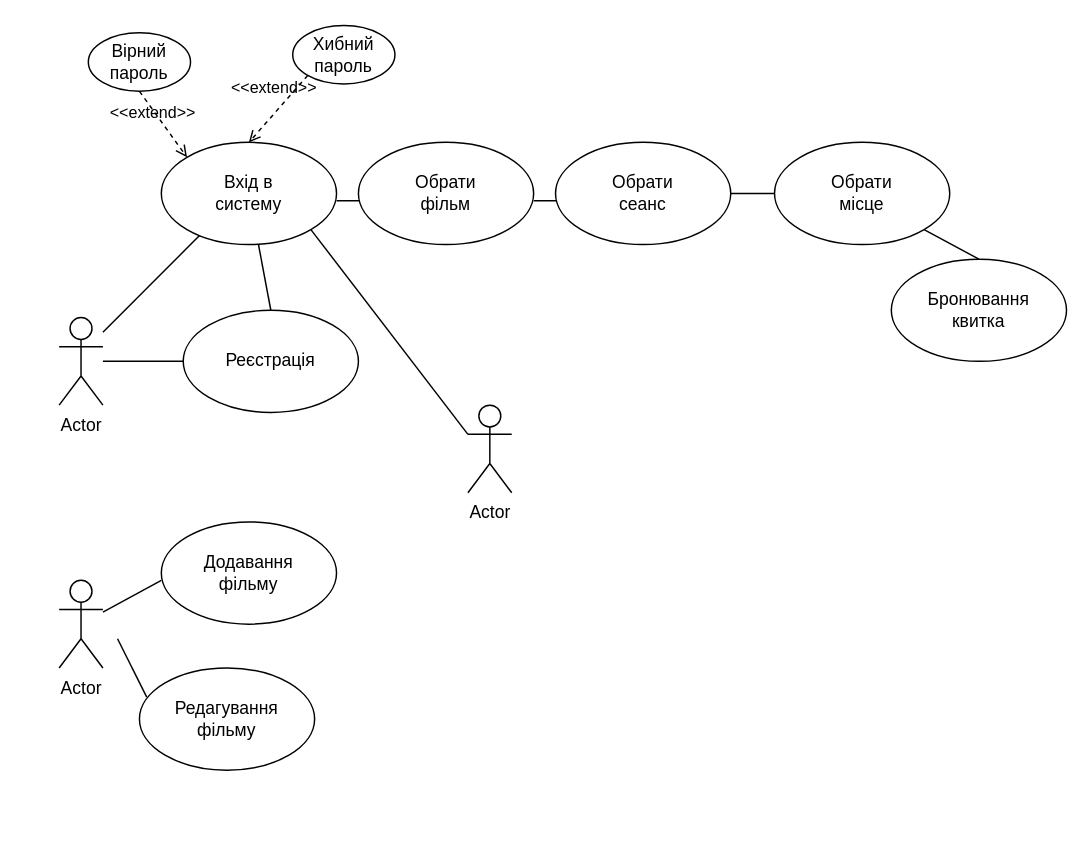
Before: Діаграма без назви.drawio in chirikkikik/cinema, a draw.io diagram. Source tidied: cells renumbered, new cells numbered last; positions are measured from the earlier drawing's top-left corner, leaving out a move shared by most shapes. Both pictures are drawn from the tidied source at 146%, with x=0, y=0 at pixel (58, 25).
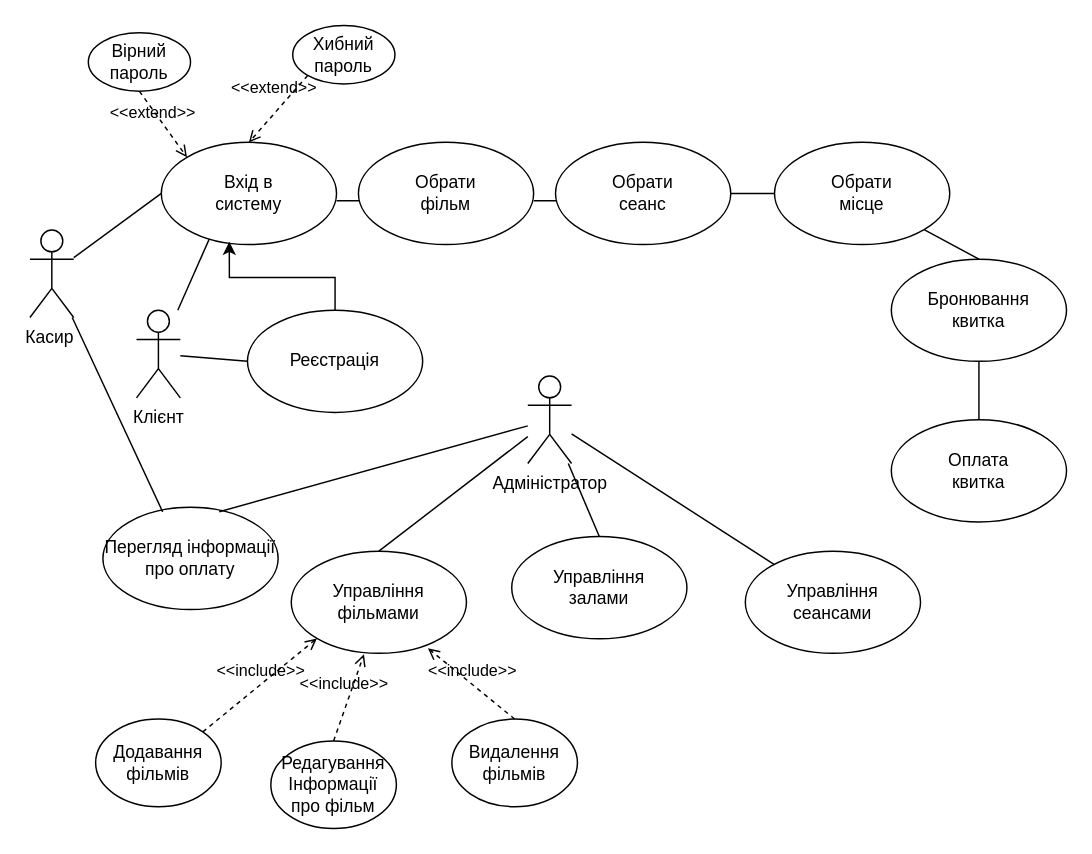
The same diagram, later.

Commit message:
Оновлення Use-Case діаграми

Unchanged cells that the change refers to:
```xml
<mxCell id="4" style="ellipse;whiteSpace=wrap;html=1;" parent="1" vertex="1">
  <mxGeometry x="70" y="80" width="120" height="70" as="geometry" />
</mxCell>
<mxCell id="26" style="ellipse;whiteSpace=wrap;html=1;" parent="1" vertex="1">
  <mxGeometry x="570" y="160" width="120" height="70" as="geometry" />
</mxCell>
```

The edit, as a diff of the source:
```diff
@@
-    <mxCell id="2" value="Actor" style="shape=umlActor;verticalLabelPosition=bottom;verticalAlign=top;html=1;outlineConnect=0;" parent="1" vertex="1">
-      <mxGeometry y="200" width="30" height="60" as="geometry" />
+    <mxCell id="2" value="Клієнт" style="shape=umlActor;verticalLabelPosition=bottom;verticalAlign=top;html=1;outlineConnect=0;" parent="1" vertex="1">
+      <mxGeometry x="53" y="195" width="30" height="60" as="geometry" />
     </mxCell>
-    <mxCell id="3" style="endArrow=none;html=1;rounded=0;" parent="1" edge="1">
+    <mxCell id="3" style="endArrow=none;html=1;rounded=0;" parent="1" edge="1" source="2">
       <mxGeometry relative="1" as="geometry">
-        <mxPoint x="30" y="210" as="sourcePoint" />
         <mxPoint x="110" y="130" as="targetPoint" />
       </mxGeometry>
     </mxCell>
@@
     <mxCell id="19" style="ellipse;whiteSpace=wrap;html=1;" parent="1" vertex="1">
-      <mxGeometry x="85" y="195" width="120" height="70" as="geometry" />
+      <mxGeometry x="129" y="195" width="120" height="70" as="geometry" />
     </mxCell>
     <mxCell id="20" value="Реєстрація" style="text;html=1;align=center;verticalAlign=middle;whiteSpace=wrap;rounded=0;" parent="1" vertex="1">
-      <mxGeometry x="115" y="215" width="60" height="30" as="geometry" />
+      <mxGeometry x="159" y="215" width="60" height="30" as="geometry" />
     </mxCell>
-    <mxCell id="21" style="endArrow=none;html=1;rounded=0;exitX=0.5;exitY=0;exitDx=0;exitDy=0;" parent="1" edge="1" source="19" target="4">
-      <mxGeometry relative="1" as="geometry" />
-    </mxCell>
@@
-    <mxCell id="28" value="Actor" style="shape=umlActor;verticalLabelPosition=bottom;verticalAlign=top;html=1;outlineConnect=0;" parent="1" vertex="1">
-      <mxGeometry y="380" width="30" height="60" as="geometry" />
+    <mxCell id="28" value="Адміністратор" style="shape=umlActor;verticalLabelPosition=bottom;verticalAlign=top;html=1;outlineConnect=0;" parent="1" vertex="1">
+      <mxGeometry x="321" y="240" width="30" height="60" as="geometry" />
     </mxCell>
-    <mxCell id="29" style="endArrow=none;html=1;rounded=0;" parent="1" edge="1" source="28">
-      <mxGeometry relative="1" as="geometry">
-        <mxPoint x="70" y="380" as="targetPoint" />
-      </mxGeometry>
-    </mxCell>
     <mxCell id="30" style="ellipse;whiteSpace=wrap;html=1;" parent="1" vertex="1">
-      <mxGeometry x="70" y="340" width="120" height="70" as="geometry" />
+      <mxGeometry x="159" y="360" width="120" height="70" as="geometry" />
     </mxCell>
-    <mxCell id="31" value="Додавання фільму" style="text;html=1;align=center;verticalAlign=middle;whiteSpace=wrap;rounded=0;" parent="1" vertex="1">
-      <mxGeometry x="100" y="360" width="60" height="30" as="geometry" />
+    <mxCell id="31" value="Управління фільмами" style="text;html=1;align=center;verticalAlign=middle;whiteSpace=wrap;rounded=0;" parent="1" vertex="1">
+      <mxGeometry x="189" y="380" width="60" height="30" as="geometry" />
     </mxCell>
-    <mxCell id="32" style="endArrow=none;html=1;rounded=0;" parent="1" edge="1">
-      <mxGeometry relative="1" as="geometry">
-        <mxPoint x="40" y="420" as="sourcePoint" />
-        <mxPoint x="60" y="460" as="targetPoint" />
-      </mxGeometry>
-    </mxCell>
-    <mxCell id="33" style="ellipse;whiteSpace=wrap;html=1;" parent="1" vertex="1">
-      <mxGeometry x="55" y="440" width="120" height="70" as="geometry" />
-    </mxCell>
-    <mxCell id="34" value="Редагування фільму" style="text;html=1;align=center;verticalAlign=middle;whiteSpace=wrap;rounded=0;" parent="1" vertex="1">
-      <mxGeometry x="85" y="460" width="60" height="30" as="geometry" />
-    </mxCell>
-    <mxCell id="35" value="Actor" style="shape=umlActor;verticalLabelPosition=bottom;verticalAlign=top;html=1;outlineConnect=0;" parent="1" vertex="1">
-      <mxGeometry x="280" y="260" width="30" height="60" as="geometry" />
+    <mxCell id="35" value="Касир&amp;nbsp;" style="shape=umlActor;verticalLabelPosition=bottom;verticalAlign=top;html=1;outlineConnect=0;" parent="1" vertex="1">
+      <mxGeometry x="-20" y="140" width="30" height="60" as="geometry" />
     </mxCell>
-    <mxCell id="36" style="endArrow=none;html=1;rounded=0;entryX=1;entryY=1;entryDx=0;entryDy=0;exitX=0;exitY=0.3333333333333333;exitDx=0;exitDy=0;exitPerimeter=0;" parent="1" edge="1" source="35" target="4">
+    <mxCell id="36" style="endArrow=none;html=1;rounded=0;entryX=0;entryY=0.5;entryDx=0;entryDy=0;" parent="1" edge="1" source="35" target="4">
       <mxGeometry relative="1" as="geometry" />
     </mxCell>
+    <mxCell id="37" style="endArrow=none;html=1;rounded=0;entryX=0.5;entryY=1;entryDx=0;entryDy=0;" parent="1" edge="1" target="26">
+      <mxGeometry relative="1" as="geometry">
+        <mxPoint x="630" y="270" as="sourcePoint" />
+      </mxGeometry>
+    </mxCell>
+    <mxCell id="38" style="ellipse;whiteSpace=wrap;html=1;" parent="1" vertex="1">
+      <mxGeometry x="570" y="270" width="120" height="70" as="geometry" />
+    </mxCell>
+    <mxCell id="39" value="Оплата квитка" style="text;html=1;align=center;verticalAlign=middle;whiteSpace=wrap;rounded=0;" parent="1" vertex="1">
+      <mxGeometry x="600" y="290" width="60" height="30" as="geometry" />
+    </mxCell>
+    <mxCell id="40" style="ellipse;whiteSpace=wrap;html=1;" parent="1" vertex="1">
+      <mxGeometry x="310" y="350" width="120" height="70" as="geometry" />
+    </mxCell>
+    <mxCell id="41" value="Управління залами" style="text;html=1;align=center;verticalAlign=middle;whiteSpace=wrap;rounded=0;" parent="1" vertex="1">
+      <mxGeometry x="340" y="370" width="60" height="30" as="geometry" />
+    </mxCell>
+    <mxCell id="42" style="endArrow=none;html=1;rounded=0;exitX=0.5;exitY=0;exitDx=0;exitDy=0;" parent="1" edge="1" source="30" target="28">
+      <mxGeometry relative="1" as="geometry" />
+    </mxCell>
+    <mxCell id="43" style="endArrow=none;html=1;rounded=0;exitX=0.5;exitY=0;exitDx=0;exitDy=0;" parent="1" edge="1" source="40" target="28">
+      <mxGeometry relative="1" as="geometry" />
+    </mxCell>
+    <mxCell id="44" value="&amp;lt;&amp;lt;include&amp;gt;&amp;gt;" style="html=1;verticalAlign=bottom;labelBackgroundColor=none;endArrow=open;endFill=0;dashed=1;rounded=0;entryX=0;entryY=1;entryDx=0;entryDy=0;exitX=1;exitY=0;exitDx=0;exitDy=0;" parent="1" edge="1" source="47" target="30">
+      <mxGeometry relative="1" as="geometry" />
+    </mxCell>
+    <mxCell id="45" style="ellipse;whiteSpace=wrap;html=1;shadow=0;" parent="1" vertex="1">
+      <mxGeometry x="145" y="490" width="86" height="60" as="geometry" />
+    </mxCell>
+    <mxCell id="46" value="Редагування&lt;div&gt;Інформації про фільм&lt;/div&gt;" style="text;html=1;align=center;verticalAlign=middle;whiteSpace=wrap;rounded=0;" parent="1" vertex="1">
+      <mxGeometry x="158" y="505" width="60" height="30" as="geometry" />
+    </mxCell>
+    <mxCell id="47" style="ellipse;whiteSpace=wrap;html=1;shadow=0;" parent="1" vertex="1">
+      <mxGeometry x="25" y="475" width="86" height="60" as="geometry" />
+    </mxCell>
+    <mxCell id="48" value="Додавання фільмів" style="text;html=1;align=center;verticalAlign=middle;whiteSpace=wrap;rounded=0;" parent="1" vertex="1">
+      <mxGeometry x="38" y="490" width="60" height="30" as="geometry" />
+    </mxCell>
+    <mxCell id="49" value="&amp;lt;&amp;lt;include&amp;gt;&amp;gt;" style="html=1;verticalAlign=bottom;labelBackgroundColor=none;endArrow=open;endFill=0;dashed=1;rounded=0;exitX=0.5;exitY=0;exitDx=0;exitDy=0;entryX=0.415;entryY=1.009;entryDx=0;entryDy=0;entryPerimeter=0;" parent="1" edge="1" source="45" target="30">
+      <mxGeometry x="-0.03" y="3" relative="1" as="geometry" />
+    </mxCell>
+    <mxCell id="50" value="Видалення фільмів" style="ellipse;whiteSpace=wrap;html=1;shadow=0;" parent="1" vertex="1">
+      <mxGeometry x="269" y="475" width="86" height="60" as="geometry" />
+    </mxCell>
+    <mxCell id="51" value="&amp;lt;&amp;lt;include&amp;gt;&amp;gt;" style="html=1;verticalAlign=bottom;labelBackgroundColor=none;endArrow=open;endFill=0;dashed=1;rounded=0;exitX=0.5;exitY=0;exitDx=0;exitDy=0;entryX=0.78;entryY=0.95;entryDx=0;entryDy=0;entryPerimeter=0;" parent="1" edge="1" source="50" target="30">
+      <mxGeometry relative="1" as="geometry" />
+    </mxCell>
+    <mxCell id="52" value="Перегляд інформації про оплату" style="ellipse;whiteSpace=wrap;html=1;" parent="1" vertex="1">
+      <mxGeometry x="30" y="330" width="120" height="70" as="geometry" />
+    </mxCell>
+    <mxCell id="53" style="endArrow=none;html=1;rounded=0;exitX=0.664;exitY=0.043;exitDx=0;exitDy=0;exitPerimeter=0;" parent="1" edge="1" source="52" target="28">
+      <mxGeometry relative="1" as="geometry" />
+    </mxCell>
+    <mxCell id="54" value="Управління сеансами" style="ellipse;whiteSpace=wrap;html=1;" parent="1" vertex="1">
+      <mxGeometry x="470" y="360" width="120" height="70" as="geometry" />
+    </mxCell>
+    <mxCell id="55" style="endArrow=none;html=1;rounded=0;" parent="1" edge="1" source="54" target="28">
+      <mxGeometry relative="1" as="geometry" />
+    </mxCell>
+    <mxCell id="21" style="edgeStyle=orthogonalEdgeStyle;rounded=0;jettySize=auto;html=1;exitX=0.5;exitY=0;exitDx=0;exitDy=0;entryX=0.388;entryY=0.972;entryDx=0;entryDy=0;entryPerimeter=0;" parent="1" edge="1" source="19" target="4">
+      <mxGeometry relative="1" as="geometry" />
+    </mxCell>
+    <mxCell id="56" style="endArrow=none;html=1;rounded=0;exitX=0.341;exitY=0.044;exitDx=0;exitDy=0;exitPerimeter=0;" parent="1" edge="1" source="52" target="35">
+      <mxGeometry relative="1" as="geometry" />
+    </mxCell>
```
